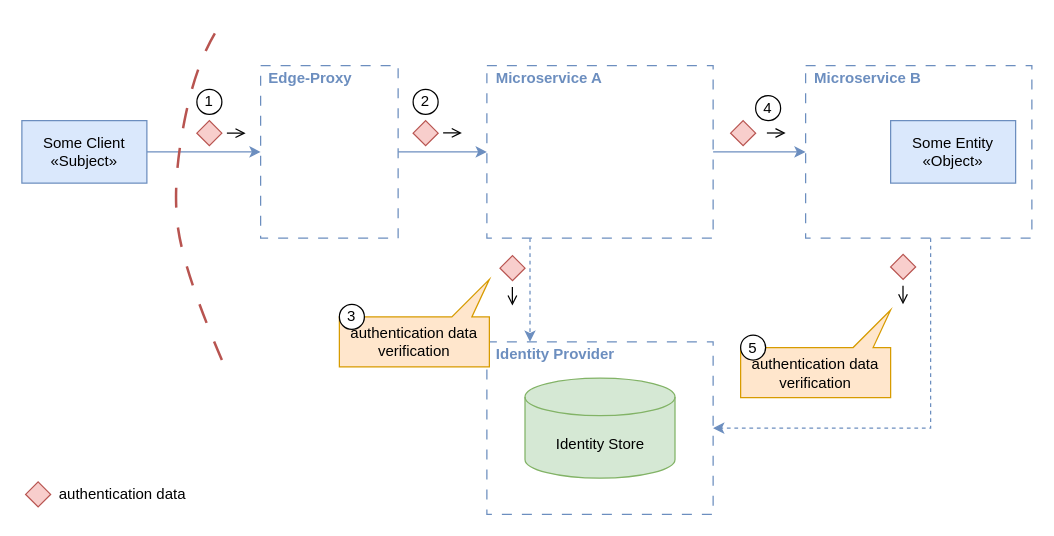
This is assets/External_Identity_Propagation.drawio from dadrus/CheatSheetSeries, a draw.io file, before an edit. Source tidied: cells renumbered, new cells numbered last; positions are measured from the earlier drawing's top-left corner, leaving out a move shared by most shapes. Both pictures are drawn from the tidied source at 125%, with x=0, y=0 at pixel (21, 21).
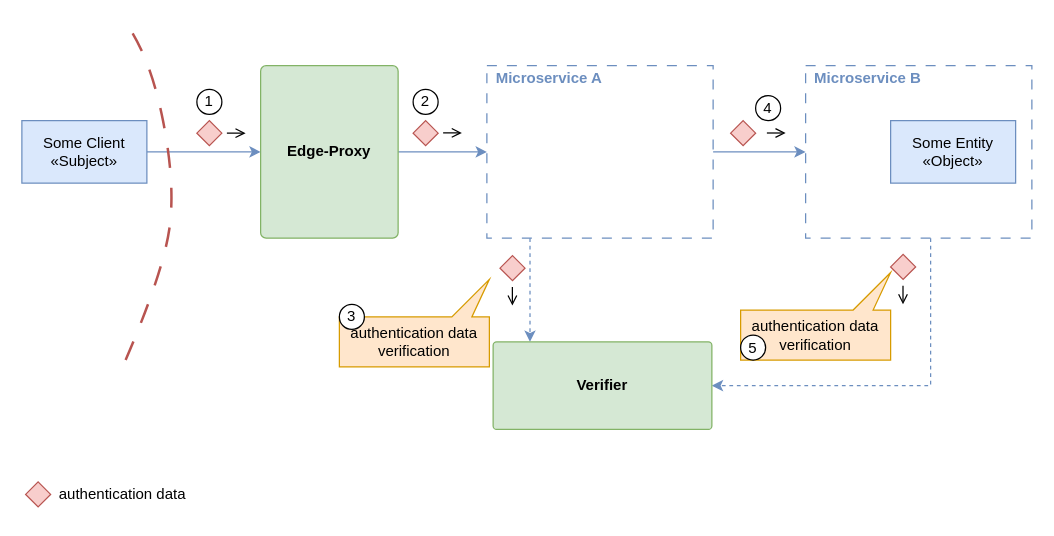
The same diagram, later.

Unchanged cells that the change refers to:
```xml
<mxCell id="4" style="rounded=0;whiteSpace=wrap;html=1;fillColor=none;strokeColor=#6c8ebf;dashed=1;dashPattern=8 8;" parent="1" vertex="1">
  <mxGeometry x="627" y="35" width="181" height="138" as="geometry" />
</mxCell>
```

Change to the diagram source:
```diff
@@
-    <mxCell id="2" style="rounded=0;whiteSpace=wrap;html=1;fillColor=none;strokeColor=#6c8ebf;dashed=1;dashPattern=8 8;" parent="1" vertex="1">
-      <mxGeometry x="372" y="256" width="181" height="138" as="geometry" />
-    </mxCell>
-    <mxCell id="3" style="edgeStyle=orthogonalEdgeStyle;rounded=0;jettySize=auto;html=1;entryX=1;entryY=0.5;entryDx=0;entryDy=0;startArrow=none;startFill=0;fillColor=#dae8fc;strokeColor=#6c8ebf;dashed=1;" parent="1" edge="1" source="4" target="2">
+    <mxCell id="3" style="edgeStyle=orthogonalEdgeStyle;rounded=0;jettySize=auto;html=1;startArrow=none;startFill=0;fillColor=#dae8fc;strokeColor=#6c8ebf;dashed=1;entryX=1;entryY=0.5;entryDx=0;entryDy=0;" parent="1" edge="1" source="4" target="38">
       <mxGeometry relative="1" as="geometry">
         <Array as="points">
-          <mxPoint x="727" y="325" />
+          <mxPoint x="727" y="291" />
         </Array>
       </mxGeometry>
     </mxCell>
@@
-    <mxCell id="13" style="rounded=0;whiteSpace=wrap;html=1;fillColor=none;strokeColor=#6c8ebf;dashed=1;dashPattern=8 8;" parent="1" vertex="1">
+    <mxCell id="13" value="&lt;b&gt;Edge-Proxy&lt;/b&gt;" style="rounded=1;whiteSpace=wrap;html=1;fillColor=#d5e8d4;strokeColor=#82b366;arcSize=4;" parent="1" vertex="1">
       <mxGeometry x="191" y="35" width="110" height="138" as="geometry" />
     </mxCell>
-    <mxCell id="14" value="Edge-Proxy" style="text;html=1;align=center;verticalAlign=middle;whiteSpace=wrap;rounded=0;fillColor=none;fontColor=#6C8EBF;fontStyle=1;" parent="1" vertex="1">
-      <mxGeometry x="191" y="35" width="80" height="19" as="geometry" />
-    </mxCell>
@@
-    <mxCell id="19" value="Identity Store" style="shape=cylinder3;whiteSpace=wrap;html=1;boundedLbl=1;backgroundOutline=1;size=15;fillColor=#d5e8d4;strokeColor=#82b366;" parent="1" vertex="1">
-      <mxGeometry x="402.5" y="285" width="120" height="80" as="geometry" />
-    </mxCell>
-    <mxCell id="20" value="Identity Provider" style="text;html=1;align=center;verticalAlign=middle;whiteSpace=wrap;rounded=0;fillColor=none;fontColor=#6C8EBF;fontStyle=1;" parent="1" vertex="1">
-      <mxGeometry x="372" y="256" width="110" height="19" as="geometry" />
-    </mxCell>
@@
-    <mxCell id="28" value="authentication data verification" style="shape=callout;whiteSpace=wrap;html=1;perimeter=calloutPerimeter;base=16;size=30;position=0.75;position2=1;flipV=1;fillColor=#ffe6cc;strokeColor=#d79b00;" parent="1" vertex="1">
-      <mxGeometry x="254" y="206" width="120" height="70" as="geometry" />
-    </mxCell>
@@
-    <mxCell id="31" value="3" style="ellipse;whiteSpace=wrap;html=1;" parent="1" vertex="1">
-      <mxGeometry x="254" y="226" width="20" height="20" as="geometry" />
-    </mxCell>
@@
     <mxCell id="35" value="authentication data verification" style="shape=callout;whiteSpace=wrap;html=1;perimeter=calloutPerimeter;base=16;size=30;position=0.75;position2=1;flipV=1;fillColor=#ffe6cc;strokeColor=#d79b00;" parent="1" vertex="1">
-      <mxGeometry x="575" y="230.5" width="120" height="70" as="geometry" />
+      <mxGeometry x="575" y="200.5" width="120" height="70" as="geometry" />
     </mxCell>
@@
     <mxCell id="37" style="curved=1;endArrow=none;html=1;rounded=0;dashed=1;dashPattern=8 8;startFill=0;fillColor=#f8cecc;strokeColor=#b85450;startSize=9;endSize=8;strokeWidth=2;" parent="1" edge="1">
       <mxGeometry relative="1" as="geometry">
-        <mxPoint x="160" y="270.5" as="sourcePoint" />
-        <mxPoint x="160" y="0.5" as="targetPoint" />
+        <mxPoint x="83" y="270.5" as="sourcePoint" />
+        <mxPoint x="83" y="0.5" as="targetPoint" />
         <Array as="points">
-          <mxPoint x="130" y="200.5" />
-          <mxPoint x="120" y="130.5" />
-          <mxPoint x="140" y="28.5" />
+          <mxPoint x="113" y="200.5" />
+          <mxPoint x="123" y="130.5" />
+          <mxPoint x="103" y="28.5" />
         </Array>
       </mxGeometry>
     </mxCell>
+    <mxCell id="38" value="&lt;b&gt;Verifier&lt;/b&gt;" style="rounded=1;whiteSpace=wrap;html=1;fillColor=#d5e8d4;strokeColor=#82b366;arcSize=4;" parent="1" vertex="1">
+      <mxGeometry x="377" y="256" width="175" height="70" as="geometry" />
+    </mxCell>
+    <mxCell id="28" value="authentication data verification" style="shape=callout;whiteSpace=wrap;html=1;perimeter=calloutPerimeter;base=16;size=30;position=0.75;position2=1;flipV=1;fillColor=#ffe6cc;strokeColor=#d79b00;" parent="1" vertex="1">
+      <mxGeometry x="254" y="206" width="120" height="70" as="geometry" />
+    </mxCell>
+    <mxCell id="31" value="3" style="ellipse;whiteSpace=wrap;html=1;" parent="1" vertex="1">
+      <mxGeometry x="254" y="226" width="20" height="20" as="geometry" />
+    </mxCell>
```
